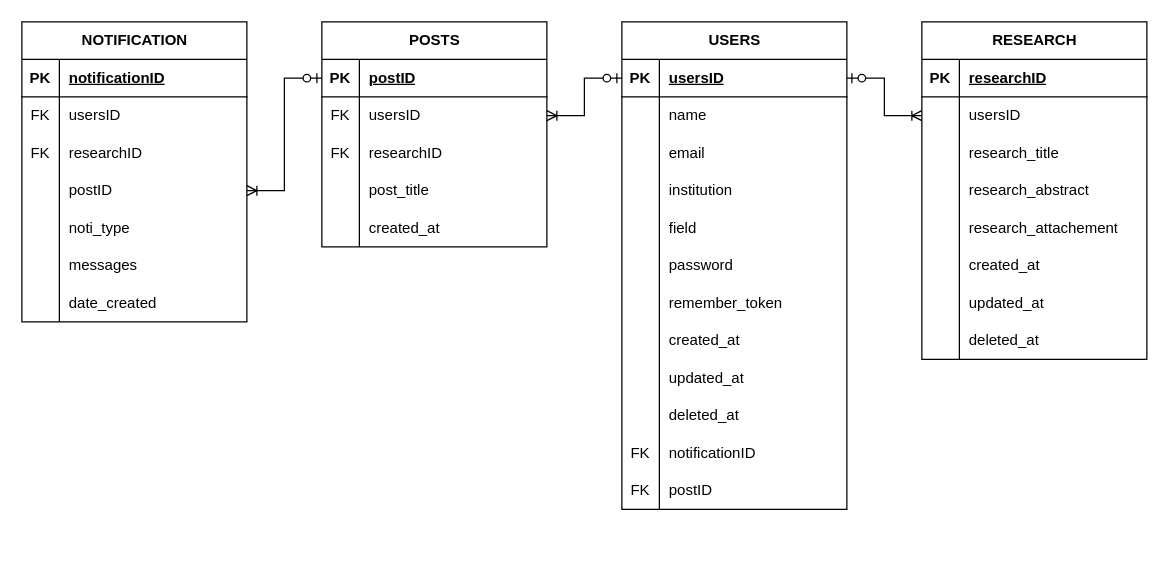
Before: img/research sharing.drawio in tamayo26/aboutthefit, a draw.io diagram. Source tidied: cells renumbered, new cells numbered last; positions are measured from the earlier drawing's top-left corner, leaving out a move shared by most shapes. Both pictures are drawn from the tidied source at 125%, with x=0, y=0 at pixel (21, 21).
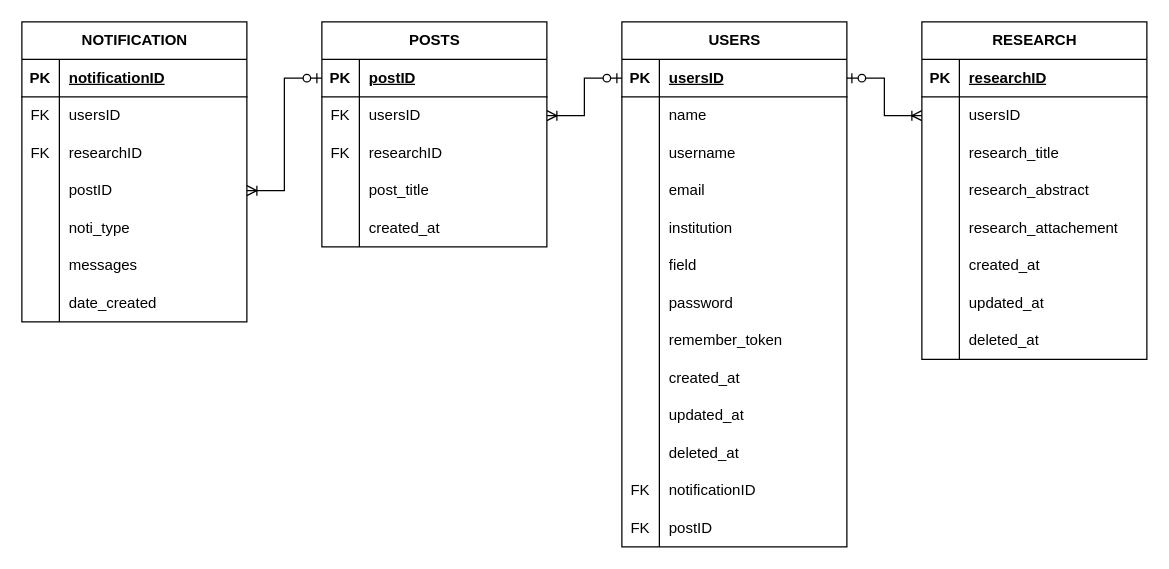
Above is the later version.

Change to the diagram source:
```diff
@@
     <mxCell id="2" value="USERS" style="shape=table;startSize=30;childLayout=tableLayout;rowLines=0;fontStyle=1;align=center;html=1;" parent="1" vertex="1">
-      <mxGeometry x="480" width="180" height="390" as="geometry" />
+      <mxGeometry x="480" width="180" height="420" as="geometry" />
     </mxCell>
@@
+    <mxCell id="105" style="shape=tableRow;horizontal=0;startSize=0;swimlaneHead=0;swimlaneBody=0;fillColor=none;top=0;left=0;right=0;bottom=0;" parent="2" vertex="1">
+      <mxGeometry y="90" width="180" height="30" as="geometry" />
+    </mxCell>
+    <mxCell id="106" style="shape=partialRectangle;fillColor=none;top=0;left=0;bottom=0;right=0;overflow=hidden;whiteSpace=wrap;html=1;" parent="105" vertex="1">
+      <mxGeometry width="30" height="30" as="geometry" />
+    </mxCell>
+    <mxCell id="107" value="username" style="shape=partialRectangle;fillColor=none;top=0;left=0;bottom=0;right=0;align=left;spacingLeft=6;overflow=hidden;whiteSpace=wrap;html=1;" parent="105" vertex="1">
+      <mxGeometry x="30" width="150" height="30" as="geometry" />
+    </mxCell>
     <mxCell id="9" style="shape=tableRow;horizontal=0;startSize=0;swimlaneHead=0;swimlaneBody=0;fillColor=none;top=0;left=0;right=0;bottom=0;" parent="2" vertex="1">
-      <mxGeometry y="90" width="180" height="30" as="geometry" />
+      <mxGeometry y="120" width="180" height="30" as="geometry" />
     </mxCell>
@@
     <mxCell id="12" style="shape=tableRow;horizontal=0;startSize=0;swimlaneHead=0;swimlaneBody=0;fillColor=none;top=0;left=0;right=0;bottom=0;" parent="2" vertex="1">
-      <mxGeometry y="120" width="180" height="30" as="geometry" />
+      <mxGeometry y="150" width="180" height="30" as="geometry" />
     </mxCell>
@@
     <mxCell id="15" style="shape=tableRow;horizontal=0;startSize=0;swimlaneHead=0;swimlaneBody=0;fillColor=none;top=0;left=0;right=0;bottom=0;" parent="2" vertex="1">
-      <mxGeometry y="150" width="180" height="30" as="geometry" />
+      <mxGeometry y="180" width="180" height="30" as="geometry" />
     </mxCell>
@@
     <mxCell id="18" style="shape=tableRow;horizontal=0;startSize=0;swimlaneHead=0;swimlaneBody=0;fillColor=none;top=0;left=0;right=0;bottom=0;" parent="2" vertex="1">
-      <mxGeometry y="180" width="180" height="30" as="geometry" />
+      <mxGeometry y="210" width="180" height="30" as="geometry" />
     </mxCell>
@@
     <mxCell id="21" style="shape=tableRow;horizontal=0;startSize=0;swimlaneHead=0;swimlaneBody=0;fillColor=none;top=0;left=0;right=0;bottom=0;" parent="2" vertex="1">
-      <mxGeometry y="210" width="180" height="30" as="geometry" />
+      <mxGeometry y="240" width="180" height="30" as="geometry" />
     </mxCell>
@@
     <mxCell id="24" style="shape=tableRow;horizontal=0;startSize=0;swimlaneHead=0;swimlaneBody=0;fillColor=none;top=0;left=0;right=0;bottom=0;" parent="2" vertex="1">
-      <mxGeometry y="240" width="180" height="30" as="geometry" />
+      <mxGeometry y="270" width="180" height="30" as="geometry" />
     </mxCell>
@@
     <mxCell id="27" style="shape=tableRow;horizontal=0;startSize=0;swimlaneHead=0;swimlaneBody=0;fillColor=none;top=0;left=0;right=0;bottom=0;" parent="2" vertex="1">
-      <mxGeometry y="270" width="180" height="30" as="geometry" />
+      <mxGeometry y="300" width="180" height="30" as="geometry" />
     </mxCell>
@@
     <mxCell id="30" style="shape=tableRow;horizontal=0;startSize=0;swimlaneHead=0;swimlaneBody=0;fillColor=none;top=0;left=0;right=0;bottom=0;" parent="2" vertex="1">
-      <mxGeometry y="300" width="180" height="30" as="geometry" />
+      <mxGeometry y="330" width="180" height="30" as="geometry" />
     </mxCell>
@@
     <mxCell id="33" style="shape=tableRow;horizontal=0;startSize=0;swimlaneHead=0;swimlaneBody=0;fillColor=none;top=0;left=0;right=0;bottom=0;" parent="2" vertex="1">
-      <mxGeometry y="330" width="180" height="30" as="geometry" />
+      <mxGeometry y="360" width="180" height="30" as="geometry" />
     </mxCell>
@@
     <mxCell id="36" style="shape=tableRow;horizontal=0;startSize=0;swimlaneHead=0;swimlaneBody=0;fillColor=none;top=0;left=0;right=0;bottom=0;" parent="2" vertex="1">
-      <mxGeometry y="360" width="180" height="30" as="geometry" />
+      <mxGeometry y="390" width="180" height="30" as="geometry" />
     </mxCell>
```
